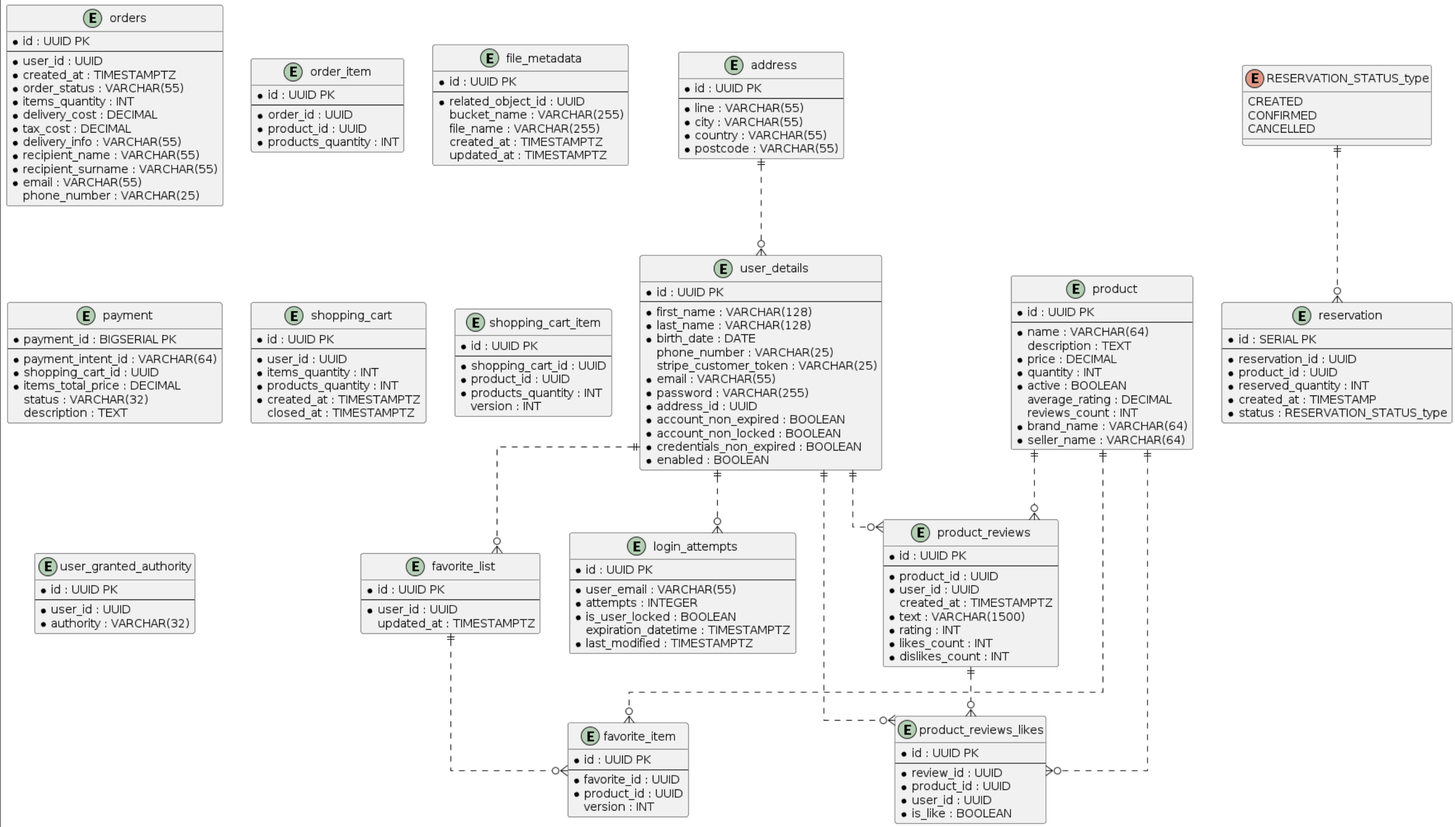
Above: docs/ERD.png in sahilsian/Iced-Latte-ecommerce (PlantUML), before the change. Its source is kept beside it as docs/ERD.puml.
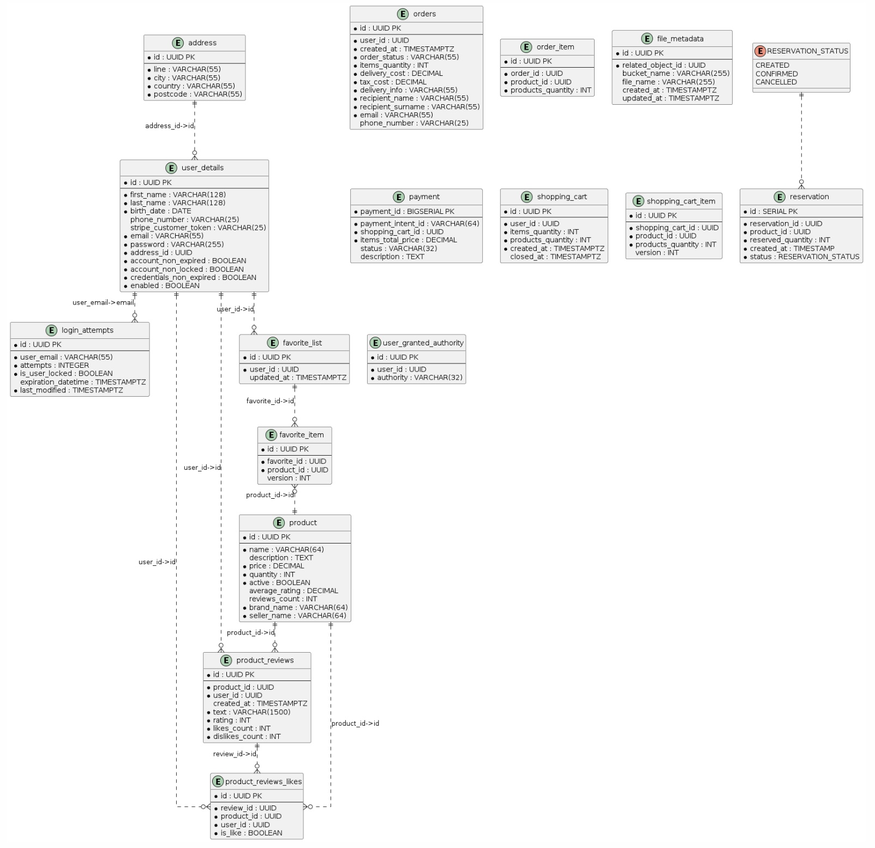
The same file after the commit.

Commit message:
ERD rev.3 - links labeled

What changed in the source:
```diff
@@ -2,7 +2,7 @@
 
 skinparam linetype ortho
 
-entity "orders" as or {
+entity "orders" {
  *id : UUID PK
  --
  *user_id : UUID
@@ -18,7 +18,7 @@
  phone_number : VARCHAR(25)
 }
 
-entity "order_item" as oi {
+entity "order_item" {
  *id : UUID PK
  --
  *order_id : UUID
@@ -26,7 +26,7 @@
  *products_quantity : INT
 }
 
-entity "login_attempts" as la {
+entity "login_attempts" {
  *id : UUID PK
  --
  *user_email : VARCHAR(55)
@@ -36,7 +36,7 @@
  *last_modified : TIMESTAMPTZ
 }
 
-entity "product_reviews" as rv {
+entity "product_reviews" {
  *id : UUID PK
  --
  *product_id : UUID
@@ -48,7 +48,7 @@
  *dislikes_count : INT
 }
 
-entity "product_reviews_likes" as rl {
+entity "product_reviews_likes" {
  *id : UUID PK
  --
  *review_id : UUID
@@ -57,7 +57,7 @@
  *is_like : BOOLEAN
 }
 
-entity "file_metadata" as md {
+entity "file_metadata" {
  *id : UUID PK
  --
  *related_object_id : UUID
@@ -67,7 +67,7 @@
  updated_at : TIMESTAMPTZ
 }
 
-entity "product" as pd {
+entity "product" {
  *id : UUID PK
  --
  *name : VARCHAR(64)
@@ -81,7 +81,7 @@
  *seller_name : VARCHAR(64)
 }
 
-entity "payment" as py {
+entity "payment" {
  *payment_id : BIGSERIAL PK
  --
  *payment_intent_id : VARCHAR(64)
@@ -91,7 +91,7 @@
  description : TEXT
 }
 
-entity "shopping_cart" as ct {
+entity "shopping_cart" {
  *id : UUID PK
  --
  *user_id : UUID
@@ -101,7 +101,7 @@
  closed_at : TIMESTAMPTZ
 }
 
-entity "shopping_cart_item" as ci {
+entity "shopping_cart_item" {
  *id : UUID PK
  --
  *shopping_cart_id : UUID
@@ -110,30 +110,30 @@
  version : INT
 }
 
-enum "RESERVATION_STATUS_type" as rs {
+enum "RESERVATION_STATUS" {
   CREATED
   CONFIRMED
   CANCELLED
 }
 
-entity "reservation" as rr {
+entity "reservation" {
  *id : SERIAL PK
  --
  *reservation_id : UUID
  *product_id : UUID
  *reserved_quantity : INT
  *created_at : TIMESTAMP
- *status : RESERVATION_STATUS_type
+ *status : RESERVATION_STATUS
 }
 
-entity "favorite_list" as fl {
+entity "favorite_list" {
  *id : UUID PK
  --
  *user_id : UUID
  updated_at : TIMESTAMPTZ
 }
 
-entity "favorite_item" as fi {
+entity "favorite_item" {
  *id : UUID PK
  --
  *favorite_id : UUID
@@ -141,7 +141,7 @@
  version : INT
 }
 
-entity "address" as ad {
+entity "address" {
  *id : UUID PK
  --
  *line : VARCHAR(55)
@@ -157,7 +157,7 @@
  *authority : VARCHAR(32)
 }
 
-entity "user_details" as ud {
+entity "user_details" {
  *id : UUID PK
  --
  *first_name : VARCHAR(128)
@@ -174,21 +174,22 @@
  *enabled : BOOLEAN
 }
 
-ud ||..o{ la
-ud ||..o{ rv
-pd ||..o{ rv
+"user_details" ||..o{ "login_attempts" : user_email->email
+"user_details" ||..o{ "product_reviews" : user_id->id
 
-rv ||..o{ rl
-pd ||..o{ rl
-ud ||..o{ rl
+"product" ||..o{ "product_reviews" : product_id->id
 
-rs ||..o{ rr
+"product_reviews" ||..o{ "product_reviews_likes" : review_id->id
+"product" ||..o{ "product_reviews_likes" : product_id->id
+"user_details" ||..o{ "product_reviews_likes" : user_id->id
 
-ud ||..o{ fl
+RESERVATION_STATUS ||..o{ "reservation"
 
-fl ||..o{ fi
-pd ||..o{ fi
+"user_details" ||..o{ "favorite_list" : user_id->id
 
-ad ||..o{ ud
+"favorite_list" ||..o{ "favorite_item" : favorite_id->id
+"product" ||.up.o{ "favorite_item" : product_id->id
+
+"address" ||..o{ "user_details" : address_id->id
 
 @enduml
```
